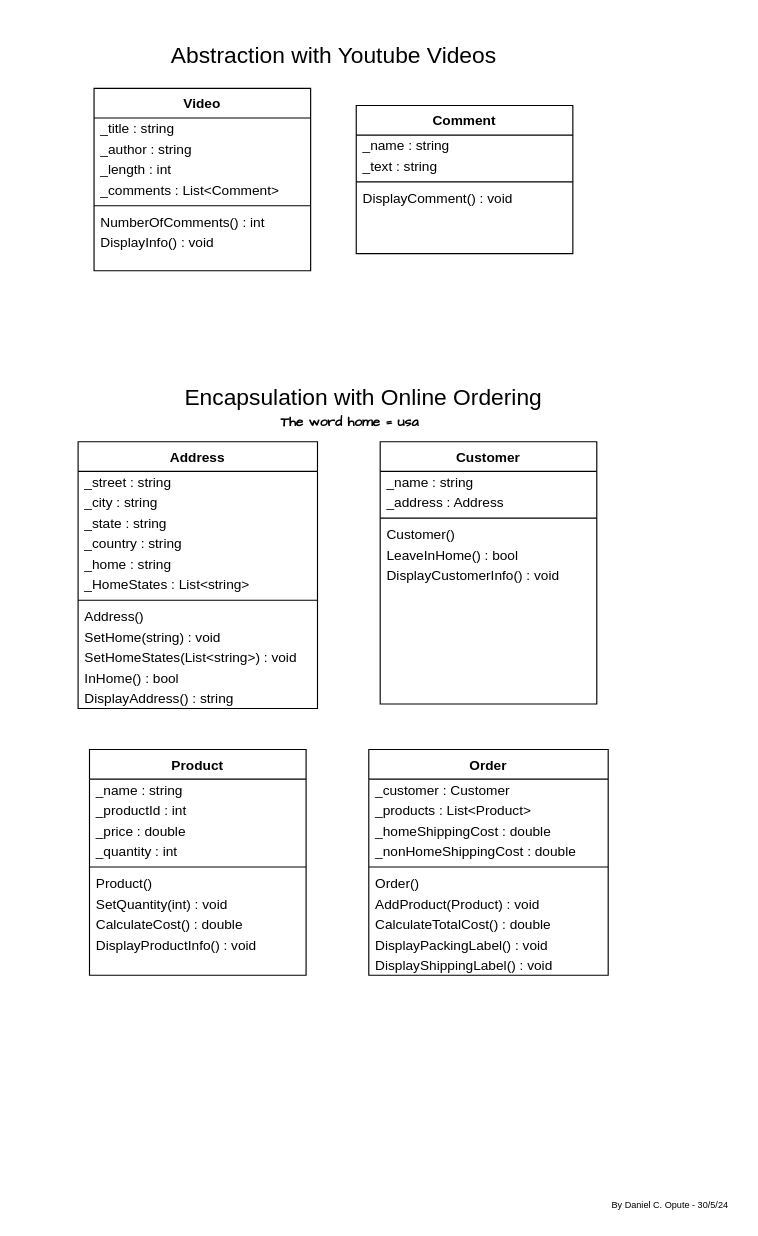
Above: page "week-6" (1 of 2) of final/FinalProject/final-project.drawio in danisms/cse210-projects (draw.io), before the change. Source tidied: cells renumbered, new cells numbered last; positions are measured from the earlier drawing's top-left corner, leaving out a move shared by most shapes. Both pictures are drawn from the tidied source at 114%, with x=0, y=0 at pixel (78, 19).
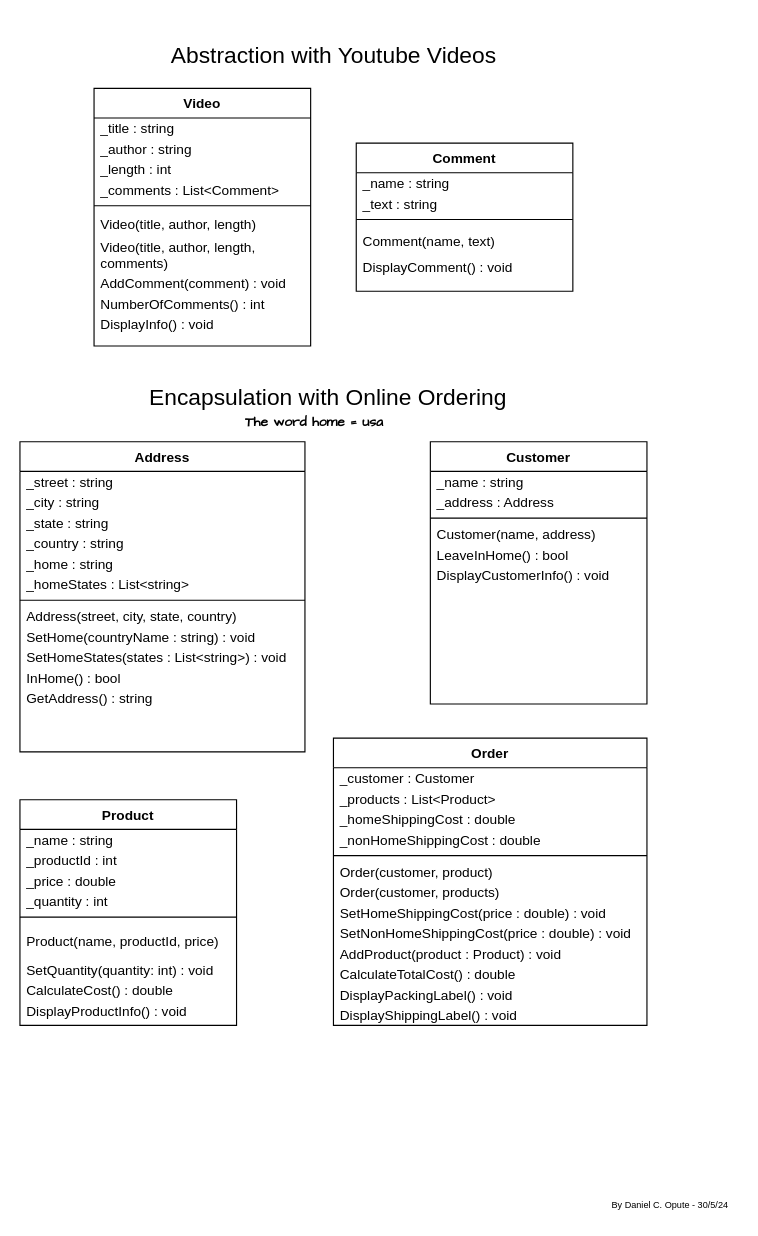
After the change.

The change refers to these unchanged cells:
```xml
<mxCell id="4" style="group;" parent="3" vertex="1">
  <mxGeometry y="60" width="420" height="160" as="geometry" />
</mxCell>
```

What changed in the source:
```diff
@@
-    <mxCell id="2" style="group;" parent="1" vertex="1">
-      <mxGeometry width="475" height="838" as="geometry" />
-    </mxCell>
+    <mxCell id="64" value="By Daniel C. Opute - 30/5/24" style="text;html=1;align=center;verticalAlign=middle;strokeColor=none;fillColor=none;fontSize=8;fontFamily=Helvetica;fontStyle=0;" parent="1" vertex="1">
+      <mxGeometry x="459" y="1030" width="120" height="20" as="geometry" />
+    </mxCell>
-    <mxCell id="3" style="group;" parent="2" vertex="1">
+    <mxCell id="3" style="group;" parent="1" vertex="1">
       <mxGeometry x="14" width="420" height="220" as="geometry" />
     </mxCell>
@@
     <mxCell id="5" value="Video" style="swimlane;fontStyle=1;align=center;verticalAlign=top;horizontal=1;startSize=26;rounded=0;shadow=0;strokeWidth=1;" parent="4" vertex="1">
-      <mxGeometry width="190" height="160" as="geometry" />
+      <mxGeometry width="190" height="226" as="geometry" />
     </mxCell>
@@
+    <mxCell id="12" value="Video(title, author, length)" style="text;align=left;verticalAlign=middle;spacingLeft=4;spacingRight=4;overflow=hidden;rounded=0;shadow=0;html=0;fontSize=12;fontFamily=Helvetica;fillColor=none;fontColor=default;" parent="5" vertex="1">
+      <mxGeometry y="108" width="190" height="22" as="geometry" />
+    </mxCell>
+    <mxCell id="65" value="Video(title, author, length, &#10;comments)" style="text;align=left;verticalAlign=middle;spacingLeft=4;spacingRight=4;overflow=hidden;rounded=0;shadow=0;html=0;fontSize=12;fontFamily=Helvetica;fillColor=none;fontColor=default;" parent="5" vertex="1">
+      <mxGeometry y="130" width="190" height="32" as="geometry" />
+    </mxCell>
+    <mxCell id="66" value="AddComment(comment) : void" style="text;align=left;verticalAlign=middle;spacingLeft=4;spacingRight=4;overflow=hidden;rounded=0;shadow=0;html=0;fontSize=12;fontFamily=Helvetica;fillColor=none;fontColor=default;" parent="5" vertex="1">
+      <mxGeometry y="162" width="190" height="18" as="geometry" />
+    </mxCell>
     <mxCell id="11" value="NumberOfComments() : int" style="text;align=left;verticalAlign=middle;spacingLeft=4;spacingRight=4;overflow=hidden;rounded=0;shadow=0;html=0;fontSize=12;fontFamily=Helvetica;fillColor=none;fontColor=default;" parent="5" vertex="1">
-      <mxGeometry y="108" width="190" height="18" as="geometry" />
+      <mxGeometry y="180" width="190" height="18" as="geometry" />
     </mxCell>
-    <mxCell id="12" value="DisplayInfo() : void" style="text;align=left;verticalAlign=middle;spacingLeft=4;spacingRight=4;overflow=hidden;rounded=0;shadow=0;html=0;fontSize=12;fontFamily=Helvetica;fillColor=none;fontColor=default;" parent="5" vertex="1">
-      <mxGeometry y="126" width="190" height="18" as="geometry" />
-    </mxCell>
+    <mxCell id="67" value="DisplayInfo() : void" style="text;align=left;verticalAlign=middle;spacingLeft=4;spacingRight=4;overflow=hidden;rounded=0;shadow=0;html=0;fontSize=12;fontFamily=Helvetica;fillColor=none;fontColor=default;" parent="5" vertex="1">
+      <mxGeometry y="198" width="190" height="18" as="geometry" />
+    </mxCell>
     <mxCell id="13" value="Comment" style="swimlane;fontStyle=1;align=center;verticalAlign=top;horizontal=1;startSize=26;rounded=0;shadow=0;strokeWidth=1;" parent="4" vertex="1">
-      <mxGeometry x="230" y="15" width="190" height="130" as="geometry" />
+      <mxGeometry x="230" y="48" width="190" height="130" as="geometry" />
     </mxCell>
@@
-    <mxCell id="17" value="DisplayComment() : void" style="text;align=left;verticalAlign=middle;spacingLeft=4;spacingRight=4;overflow=hidden;rounded=0;shadow=0;html=0;fontSize=12;fontFamily=Helvetica;fillColor=none;fontColor=default;" parent="13" vertex="1">
-      <mxGeometry y="72" width="190" height="18" as="geometry" />
+    <mxCell id="17" value="Comment(name, text)" style="text;align=left;verticalAlign=middle;spacingLeft=4;spacingRight=4;overflow=hidden;rounded=0;shadow=0;html=0;fontSize=12;fontFamily=Helvetica;fillColor=none;fontColor=default;" parent="13" vertex="1">
+      <mxGeometry y="72" width="190" height="28" as="geometry" />
     </mxCell>
+    <mxCell id="68" value="DisplayComment() : void" style="text;align=left;verticalAlign=middle;spacingLeft=4;spacingRight=4;overflow=hidden;rounded=0;shadow=0;html=0;fontSize=12;fontFamily=Helvetica;fillColor=none;fontColor=default;" parent="13" vertex="1">
+      <mxGeometry y="100" width="190" height="18" as="geometry" />
+    </mxCell>
@@
-    <mxCell id="19" style="group;" parent="2" vertex="1">
-      <mxGeometry y="310" width="475" height="528" as="geometry" />
-    </mxCell>
-    <mxCell id="20" style="group;" parent="19" vertex="1">
-      <mxGeometry y="60" width="475" height="468" as="geometry" />
-    </mxCell>
+    <mxCell id="69" style="group;" parent="1" vertex="1">
+      <mxGeometry x="-51" y="310" width="550" height="572" as="geometry" />
+    </mxCell>
+    <mxCell id="62" value="&lt;font style=&quot;font-size: 12px;&quot;&gt;&lt;b&gt;The word home = usa&lt;/b&gt;&lt;/font&gt;" style="text;html=1;align=center;verticalAlign=middle;strokeColor=none;fillColor=none;fontSize=20;fontFamily=Architects Daughter;" parent="69" vertex="1">
+      <mxGeometry x="187.5" y="20" width="140" height="40" as="geometry" />
+    </mxCell>
+    <mxCell id="63" value="Encapsulation with Online Ordering" style="text;html=1;align=center;verticalAlign=middle;strokeColor=none;fillColor=none;fontSize=20;fontFamily=Helvetica;fontStyle=0;" parent="69" vertex="1">
+      <mxGeometry x="105" width="330" height="40" as="geometry" />
+    </mxCell>
+    <mxCell id="70" style="group;" parent="69" vertex="1">
+      <mxGeometry y="60" width="550" height="512" as="geometry" />
+    </mxCell>
-    <mxCell id="21" value="Order" style="swimlane;fontStyle=1;align=center;verticalAlign=top;horizontal=1;startSize=26;rounded=0;shadow=0;strokeWidth=1;" parent="20" vertex="1">
-      <mxGeometry x="255" y="270" width="210" height="198" as="geometry" />
+    <mxCell id="21" value="Order" style="swimlane;fontStyle=1;align=center;verticalAlign=top;horizontal=1;startSize=26;rounded=0;shadow=0;strokeWidth=1;" parent="70" vertex="1">
+      <mxGeometry x="275" y="260" width="275" height="252" as="geometry" />
     </mxCell>
     <mxCell id="22" value="_customer : Customer" style="text;align=left;verticalAlign=middle;spacingLeft=4;spacingRight=4;overflow=hidden;rounded=0;shadow=0;html=0;fontSize=12;fontFamily=Helvetica;fillColor=none;fontColor=default;" parent="21" vertex="1">
-      <mxGeometry y="26" width="210" height="18" as="geometry" />
+      <mxGeometry y="26" width="275" height="18" as="geometry" />
     </mxCell>
     <mxCell id="23" value="_products : List&lt;Product&gt;" style="text;align=left;verticalAlign=middle;spacingLeft=4;spacingRight=4;overflow=hidden;rounded=0;shadow=0;html=0;fontSize=12;fontFamily=Helvetica;fillColor=none;fontColor=default;" parent="21" vertex="1">
-      <mxGeometry y="44" width="210" height="18" as="geometry" />
+      <mxGeometry y="44" width="275" height="18" as="geometry" />
     </mxCell>
     <mxCell id="24" value="_homeShippingCost : double" style="text;align=left;verticalAlign=middle;spacingLeft=4;spacingRight=4;overflow=hidden;rounded=0;shadow=0;html=0;fontSize=12;fontFamily=Helvetica;fillColor=none;fontColor=default;" parent="21" vertex="1">
-      <mxGeometry y="62" width="210" height="18" as="geometry" />
+      <mxGeometry y="62" width="275" height="18" as="geometry" />
     </mxCell>
     <mxCell id="25" value="_nonHomeShippingCost : double" style="text;align=left;verticalAlign=middle;spacingLeft=4;spacingRight=4;overflow=hidden;rounded=0;shadow=0;html=0;fontSize=12;fontFamily=Helvetica;fillColor=none;fontColor=default;" parent="21" vertex="1">
-      <mxGeometry y="80" width="210" height="18" as="geometry" />
+      <mxGeometry y="80" width="275" height="18" as="geometry" />
     </mxCell>
     <mxCell id="26" style="line;html=1;strokeWidth=1;align=left;verticalAlign=middle;spacingTop=-1;spacingLeft=3;spacingRight=3;labelPosition=right;" parent="21" vertex="1">
-      <mxGeometry y="98" width="210" height="10" as="geometry" />
+      <mxGeometry y="98" width="275" height="10" as="geometry" />
     </mxCell>
-    <mxCell id="27" value="Order()" style="text;align=left;verticalAlign=middle;spacingLeft=4;spacingRight=4;overflow=hidden;rounded=0;shadow=0;html=0;fontSize=12;fontFamily=Helvetica;fillColor=none;fontColor=default;" parent="21" vertex="1">
-      <mxGeometry y="108" width="210" height="18" as="geometry" />
+    <mxCell id="27" value="Order(customer, product)" style="text;align=left;verticalAlign=middle;spacingLeft=4;spacingRight=4;overflow=hidden;rounded=0;shadow=0;html=0;fontSize=12;fontFamily=Helvetica;fillColor=none;fontColor=default;" parent="21" vertex="1">
+      <mxGeometry y="108" width="275" height="18" as="geometry" />
     </mxCell>
+    <mxCell id="71" value="Order(customer, products)" style="text;align=left;verticalAlign=middle;spacingLeft=4;spacingRight=4;overflow=hidden;rounded=0;shadow=0;html=0;fontSize=12;fontFamily=Helvetica;fillColor=none;fontColor=default;" parent="21" vertex="1">
+      <mxGeometry y="126" width="275" height="18" as="geometry" />
+    </mxCell>
+    <mxCell id="72" value="SetHomeShippingCost(price : double) : void" style="text;align=left;verticalAlign=middle;spacingLeft=4;spacingRight=4;overflow=hidden;rounded=0;shadow=0;html=0;fontSize=12;fontFamily=Helvetica;fillColor=none;fontColor=default;" parent="21" vertex="1">
+      <mxGeometry y="144" width="275" height="18" as="geometry" />
+    </mxCell>
+    <mxCell id="73" value="SetNonHomeShippingCost(price : double) : void" style="text;align=left;verticalAlign=middle;spacingLeft=4;spacingRight=4;overflow=hidden;rounded=0;shadow=0;html=0;fontSize=12;fontFamily=Helvetica;fillColor=none;fontColor=default;" parent="21" vertex="1">
+      <mxGeometry y="162" width="275" height="18" as="geometry" />
+    </mxCell>
-    <mxCell id="28" value="AddProduct(Product) : void" style="text;align=left;verticalAlign=middle;spacingLeft=4;spacingRight=4;overflow=hidden;rounded=0;shadow=0;html=0;fontSize=12;fontFamily=Helvetica;fillColor=none;fontColor=default;" parent="21" vertex="1">
-      <mxGeometry y="126" width="210" height="18" as="geometry" />
+    <mxCell id="28" value="AddProduct(product : Product) : void" style="text;align=left;verticalAlign=middle;spacingLeft=4;spacingRight=4;overflow=hidden;rounded=0;shadow=0;html=0;fontSize=12;fontFamily=Helvetica;fillColor=none;fontColor=default;" parent="21" vertex="1">
+      <mxGeometry y="180" width="275" height="18" as="geometry" />
     </mxCell>
     <mxCell id="29" value="CalculateTotalCost() : double" style="text;align=left;verticalAlign=middle;spacingLeft=4;spacingRight=4;overflow=hidden;rounded=0;shadow=0;html=0;fontSize=12;fontFamily=Helvetica;fillColor=none;fontColor=default;" parent="21" vertex="1">
-      <mxGeometry y="144" width="210" height="18" as="geometry" />
+      <mxGeometry y="198" width="275" height="18" as="geometry" />
     </mxCell>
     <mxCell id="30" value="DisplayPackingLabel() : void" style="text;align=left;verticalAlign=middle;spacingLeft=4;spacingRight=4;overflow=hidden;rounded=0;shadow=0;html=0;fontSize=12;fontFamily=Helvetica;fillColor=none;fontColor=default;" parent="21" vertex="1">
-      <mxGeometry y="162" width="210" height="18" as="geometry" />
+      <mxGeometry y="216" width="275" height="18" as="geometry" />
     </mxCell>
     <mxCell id="31" value="DisplayShippingLabel() : void" style="text;align=left;verticalAlign=middle;spacingLeft=4;spacingRight=4;overflow=hidden;rounded=0;shadow=0;html=0;fontSize=12;fontFamily=Helvetica;fillColor=none;fontColor=default;" parent="21" vertex="1">
-      <mxGeometry y="180" width="210" height="18" as="geometry" />
+      <mxGeometry y="234" width="275" height="18" as="geometry" />
     </mxCell>
-    <mxCell id="32" value="Product" style="swimlane;fontStyle=1;align=center;verticalAlign=top;horizontal=1;startSize=26;rounded=0;shadow=0;strokeWidth=1;" parent="20" vertex="1">
-      <mxGeometry x="10" y="270" width="190" height="198" as="geometry" />
+    <mxCell id="32" value="Product" style="swimlane;fontStyle=1;align=center;verticalAlign=top;horizontal=1;startSize=26;rounded=0;shadow=0;strokeWidth=1;" parent="70" vertex="1">
+      <mxGeometry y="314" width="190" height="198" as="geometry" />
     </mxCell>
@@
-    <mxCell id="38" value="Product()" style="text;align=left;verticalAlign=middle;spacingLeft=4;spacingRight=4;overflow=hidden;rounded=0;shadow=0;html=0;fontSize=12;fontFamily=Helvetica;fillColor=none;fontColor=default;" parent="32" vertex="1">
-      <mxGeometry y="108" width="190" height="18" as="geometry" />
+    <mxCell id="38" value="Product(name, productId, price)" style="text;align=left;verticalAlign=middle;spacingLeft=4;spacingRight=4;overflow=hidden;rounded=0;shadow=0;html=0;fontSize=12;fontFamily=Helvetica;fillColor=none;fontColor=default;" parent="32" vertex="1">
+      <mxGeometry y="108" width="190" height="32" as="geometry" />
     </mxCell>
-    <mxCell id="39" value="SetQuantity(int) : void" style="text;align=left;verticalAlign=middle;spacingLeft=4;spacingRight=4;overflow=hidden;rounded=0;shadow=0;html=0;fontSize=12;fontFamily=Helvetica;fillColor=none;fontColor=default;" parent="32" vertex="1">
-      <mxGeometry y="126" width="190" height="18" as="geometry" />
+    <mxCell id="39" value="SetQuantity(quantity: int) : void" style="text;align=left;verticalAlign=middle;spacingLeft=4;spacingRight=4;overflow=hidden;rounded=0;shadow=0;html=0;fontSize=12;fontFamily=Helvetica;fillColor=none;fontColor=default;" parent="32" vertex="1">
+      <mxGeometry y="140" width="190" height="18" as="geometry" />
     </mxCell>
     <mxCell id="40" value="CalculateCost() : double" style="text;align=left;verticalAlign=middle;spacingLeft=4;spacingRight=4;overflow=hidden;rounded=0;shadow=0;html=0;fontSize=12;fontFamily=Helvetica;fillColor=none;fontColor=default;" parent="32" vertex="1">
-      <mxGeometry y="144" width="190" height="18" as="geometry" />
+      <mxGeometry y="158" width="190" height="18" as="geometry" />
     </mxCell>
     <mxCell id="41" value="DisplayProductInfo() : void" style="text;align=left;verticalAlign=middle;spacingLeft=4;spacingRight=4;overflow=hidden;rounded=0;shadow=0;html=0;fontSize=12;fontFamily=Helvetica;fillColor=none;fontColor=default;" parent="32" vertex="1">
-      <mxGeometry y="162" width="190" height="18" as="geometry" />
+      <mxGeometry y="176" width="190" height="18" as="geometry" />
     </mxCell>
-    <mxCell id="42" value="Customer" style="swimlane;fontStyle=1;align=center;verticalAlign=top;horizontal=1;startSize=26;rounded=0;shadow=0;strokeWidth=1;" parent="20" vertex="1">
-      <mxGeometry x="265" width="190" height="230" as="geometry" />
+    <mxCell id="42" value="Customer" style="swimlane;fontStyle=1;align=center;verticalAlign=top;horizontal=1;startSize=26;rounded=0;shadow=0;strokeWidth=1;" parent="70" vertex="1">
+      <mxGeometry x="360" width="190" height="230" as="geometry" />
     </mxCell>
@@
-    <mxCell id="46" value="Customer()" style="text;align=left;verticalAlign=middle;spacingLeft=4;spacingRight=4;overflow=hidden;rounded=0;shadow=0;html=0;fontSize=12;fontFamily=Helvetica;fillColor=none;fontColor=default;" parent="42" vertex="1">
+    <mxCell id="46" value="Customer(name, address)" style="text;align=left;verticalAlign=middle;spacingLeft=4;spacingRight=4;overflow=hidden;rounded=0;shadow=0;html=0;fontSize=12;fontFamily=Helvetica;fillColor=none;fontColor=default;" parent="42" vertex="1">
       <mxGeometry y="72" width="190" height="18" as="geometry" />
     </mxCell>
@@
-    <mxCell id="49" value="Address" style="swimlane;fontStyle=1;align=center;verticalAlign=top;horizontal=1;startSize=26;rounded=0;shadow=0;strokeWidth=1;" parent="20" vertex="1">
-      <mxGeometry width="210" height="234" as="geometry" />
+    <mxCell id="49" value="Address" style="swimlane;fontStyle=1;align=center;verticalAlign=top;horizontal=1;startSize=26;rounded=0;shadow=0;strokeWidth=1;" parent="70" vertex="1">
+      <mxGeometry width="250" height="272" as="geometry" />
     </mxCell>
     <mxCell id="50" value="_street : string" style="text;align=left;verticalAlign=middle;spacingLeft=4;spacingRight=4;overflow=hidden;rounded=0;shadow=0;html=0;fontSize=12;fontFamily=Helvetica;fillColor=none;fontColor=default;" parent="49" vertex="1">
-      <mxGeometry y="26" width="210" height="18" as="geometry" />
+      <mxGeometry y="26" width="250" height="18" as="geometry" />
     </mxCell>
     <mxCell id="51" value="_city : string" style="text;align=left;verticalAlign=middle;spacingLeft=4;spacingRight=4;overflow=hidden;rounded=0;shadow=0;html=0;fontSize=12;fontFamily=Helvetica;fillColor=none;fontColor=default;" parent="49" vertex="1">
-      <mxGeometry y="44" width="210" height="18" as="geometry" />
+      <mxGeometry y="44" width="250" height="18" as="geometry" />
     </mxCell>
     <mxCell id="52" value="_state : string" style="text;align=left;verticalAlign=middle;spacingLeft=4;spacingRight=4;overflow=hidden;rounded=0;shadow=0;html=0;fontSize=12;fontFamily=Helvetica;fillColor=none;fontColor=default;" parent="49" vertex="1">
-      <mxGeometry y="62" width="210" height="18" as="geometry" />
+      <mxGeometry y="62" width="250" height="18" as="geometry" />
     </mxCell>
     <mxCell id="53" value="_country : string" style="text;align=left;verticalAlign=middle;spacingLeft=4;spacingRight=4;overflow=hidden;rounded=0;shadow=0;html=0;fontSize=12;fontFamily=Helvetica;fillColor=none;fontColor=default;" parent="49" vertex="1">
-      <mxGeometry y="80" width="210" height="18" as="geometry" />
+      <mxGeometry y="80" width="250" height="18" as="geometry" />
     </mxCell>
     <mxCell id="54" value="_home : string" style="text;align=left;verticalAlign=middle;spacingLeft=4;spacingRight=4;overflow=hidden;rounded=0;shadow=0;html=0;fontSize=12;fontFamily=Helvetica;fillColor=none;fontColor=default;" parent="49" vertex="1">
-      <mxGeometry y="98" width="210" height="18" as="geometry" />
+      <mxGeometry y="98" width="250" height="18" as="geometry" />
     </mxCell>
-    <mxCell id="55" value="_HomeStates : List&lt;string&gt;" style="text;align=left;verticalAlign=middle;spacingLeft=4;spacingRight=4;overflow=hidden;rounded=0;shadow=0;html=0;fontSize=12;fontFamily=Helvetica;fillColor=none;fontColor=default;" parent="49" vertex="1">
-      <mxGeometry y="116" width="210" height="18" as="geometry" />
+    <mxCell id="55" value="_homeStates : List&lt;string&gt;" style="text;align=left;verticalAlign=middle;spacingLeft=4;spacingRight=4;overflow=hidden;rounded=0;shadow=0;html=0;fontSize=12;fontFamily=Helvetica;fillColor=none;fontColor=default;" parent="49" vertex="1">
+      <mxGeometry y="116" width="250" height="18" as="geometry" />
     </mxCell>
     <mxCell id="56" style="line;html=1;strokeWidth=1;align=left;verticalAlign=middle;spacingTop=-1;spacingLeft=3;spacingRight=3;labelPosition=right;" parent="49" vertex="1">
-      <mxGeometry y="134" width="210" height="10" as="geometry" />
+      <mxGeometry y="134" width="250" height="10" as="geometry" />
     </mxCell>
-    <mxCell id="57" value="Address()" style="text;align=left;verticalAlign=middle;spacingLeft=4;spacingRight=4;overflow=hidden;rounded=0;shadow=0;html=0;fontSize=12;fontFamily=Helvetica;fillColor=none;fontColor=default;" parent="49" vertex="1">
-      <mxGeometry y="144" width="210" height="18" as="geometry" />
+    <mxCell id="57" value="Address(street, city, state, country)" style="text;align=left;verticalAlign=middle;spacingLeft=4;spacingRight=4;overflow=hidden;rounded=0;shadow=0;html=0;fontSize=12;fontFamily=Helvetica;fillColor=none;fontColor=default;" parent="49" vertex="1">
+      <mxGeometry y="144" width="250" height="18" as="geometry" />
     </mxCell>
-    <mxCell id="58" value="SetHome(string) : void" style="text;align=left;verticalAlign=middle;spacingLeft=4;spacingRight=4;overflow=hidden;rounded=0;shadow=0;html=0;fontSize=12;fontFamily=Helvetica;fillColor=none;fontColor=default;" parent="49" vertex="1">
-      <mxGeometry y="162" width="210" height="18" as="geometry" />
+    <mxCell id="58" value="SetHome(countryName : string) : void" style="text;align=left;verticalAlign=middle;spacingLeft=4;spacingRight=4;overflow=hidden;rounded=0;shadow=0;html=0;fontSize=12;fontFamily=Helvetica;fillColor=none;fontColor=default;" parent="49" vertex="1">
+      <mxGeometry y="162" width="250" height="18" as="geometry" />
     </mxCell>
-    <mxCell id="59" value="SetHomeStates(List&lt;string&gt;) : void" style="text;align=left;verticalAlign=middle;spacingLeft=4;spacingRight=4;overflow=hidden;rounded=0;shadow=0;html=0;fontSize=12;fontFamily=Helvetica;fillColor=none;fontColor=default;" parent="49" vertex="1">
-      <mxGeometry y="180" width="210" height="18" as="geometry" />
+    <mxCell id="59" value="SetHomeStates(states : List&lt;string&gt;) : void" style="text;align=left;verticalAlign=middle;spacingLeft=4;spacingRight=4;overflow=hidden;rounded=0;shadow=0;html=0;fontSize=12;fontFamily=Helvetica;fillColor=none;fontColor=default;" parent="49" vertex="1">
+      <mxGeometry y="180" width="250" height="18" as="geometry" />
     </mxCell>
     <mxCell id="60" value="InHome() : bool" style="text;align=left;verticalAlign=middle;spacingLeft=4;spacingRight=4;overflow=hidden;rounded=0;shadow=0;html=0;fontSize=12;fontFamily=Helvetica;fillColor=none;fontColor=default;" parent="49" vertex="1">
-      <mxGeometry y="198" width="210" height="18" as="geometry" />
+      <mxGeometry y="198" width="250" height="18" as="geometry" />
     </mxCell>
-    <mxCell id="61" value="DisplayAddress() : string" style="text;align=left;verticalAlign=middle;spacingLeft=4;spacingRight=4;overflow=hidden;rounded=0;shadow=0;html=0;fontSize=12;fontFamily=Helvetica;fillColor=none;fontColor=default;" parent="49" vertex="1">
-      <mxGeometry y="216" width="210" height="18" as="geometry" />
+    <mxCell id="61" value="GetAddress() : string" style="text;align=left;verticalAlign=middle;spacingLeft=4;spacingRight=4;overflow=hidden;rounded=0;shadow=0;html=0;fontSize=12;fontFamily=Helvetica;fillColor=none;fontColor=default;" parent="49" vertex="1">
+      <mxGeometry y="216" width="250" height="18" as="geometry" />
     </mxCell>
-    <mxCell id="62" value="&lt;font style=&quot;font-size: 12px;&quot;&gt;&lt;b&gt;The word home = usa&lt;/b&gt;&lt;/font&gt;" style="text;html=1;align=center;verticalAlign=middle;strokeColor=none;fillColor=none;fontSize=20;fontFamily=Architects Daughter;" parent="19" vertex="1">
-      <mxGeometry x="167.5" y="20" width="140" height="40" as="geometry" />
-    </mxCell>
-    <mxCell id="63" value="Encapsulation with Online Ordering" style="text;html=1;align=center;verticalAlign=middle;strokeColor=none;fillColor=none;fontSize=20;fontFamily=Helvetica;fontStyle=0;" parent="19" vertex="1">
-      <mxGeometry x="85" width="330" height="40" as="geometry" />
-    </mxCell>
-    <mxCell id="64" value="By Daniel C. Opute - 30/5/24" style="text;html=1;align=center;verticalAlign=middle;strokeColor=none;fillColor=none;fontSize=8;fontFamily=Helvetica;fontStyle=0;" parent="1" vertex="1">
-      <mxGeometry x="459" y="1030" width="120" height="20" as="geometry" />
-    </mxCell>
```
